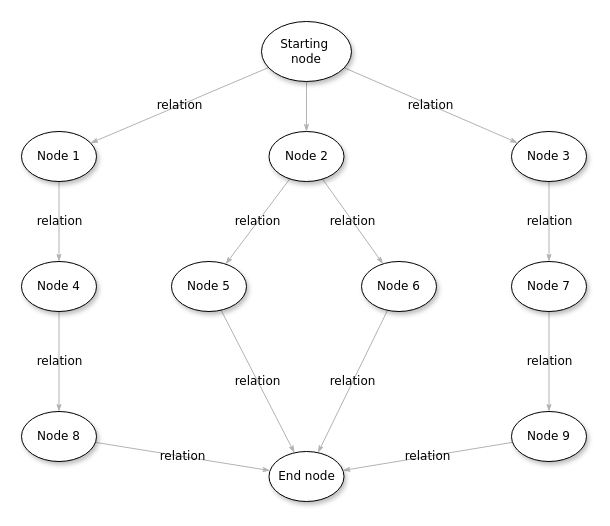
The draw.io diagram page "LandscapeAssurances" (1 of 2) of CdC-context.drawio in Helena-Zuk/github-slideshow, before the edit. Source tidied: cells renumbered, new cells numbered last; positions are measured from the earlier drawing's top-left corner, leaving out a move shared by most shapes. Both pictures are drawn from the tidied source at 100%, with x=0, y=0 at pixel (21, 21).
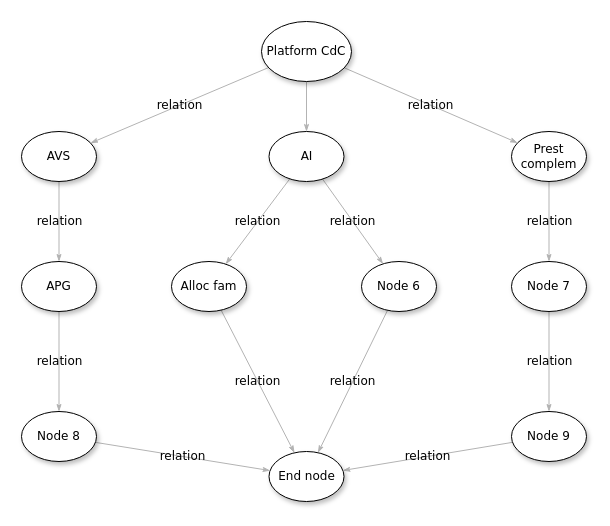
The same page after the edit.

Change to the diagram source:
```diff
@@
-    <mxCell id="5" value="Starting&amp;nbsp;&lt;div&gt;node&lt;/div&gt;" style="ellipse;whiteSpace=wrap;html=1;rounded=0;shadow=1;comic=0;labelBackgroundColor=none;strokeWidth=1;fontFamily=Verdana;fontSize=12;align=center;" parent="1" vertex="1">
+    <mxCell id="5" value="Platform CdC" style="ellipse;whiteSpace=wrap;html=1;rounded=0;shadow=1;comic=0;labelBackgroundColor=none;strokeWidth=1;fontFamily=Verdana;fontSize=12;align=center;" parent="1" vertex="1">
       <mxGeometry x="240" width="90" height="60" as="geometry" />
     </mxCell>
@@
-    <mxCell id="8" value="&lt;span&gt;Node 2&lt;/span&gt;" style="ellipse;whiteSpace=wrap;html=1;rounded=0;shadow=1;comic=0;labelBackgroundColor=none;strokeWidth=1;fontFamily=Verdana;fontSize=12;align=center;" parent="1" vertex="1">
+    <mxCell id="8" value="&lt;span&gt;AI&lt;/span&gt;" style="ellipse;whiteSpace=wrap;html=1;rounded=0;shadow=1;comic=0;labelBackgroundColor=none;strokeWidth=1;fontFamily=Verdana;fontSize=12;align=center;" parent="1" vertex="1">
       <mxGeometry x="247.5" y="110" width="75" height="50" as="geometry" />
     </mxCell>
@@
-    <mxCell id="10" value="&lt;span&gt;Node 3&lt;/span&gt;" style="ellipse;whiteSpace=wrap;html=1;rounded=0;shadow=1;comic=0;labelBackgroundColor=none;strokeWidth=1;fontFamily=Verdana;fontSize=12;align=center;" parent="1" vertex="1">
+    <mxCell id="10" value="&lt;span&gt;Prest complem&lt;/span&gt;" style="ellipse;whiteSpace=wrap;html=1;rounded=0;shadow=1;comic=0;labelBackgroundColor=none;strokeWidth=1;fontFamily=Verdana;fontSize=12;align=center;" parent="1" vertex="1">
       <mxGeometry x="490" y="110" width="75" height="50" as="geometry" />
     </mxCell>
@@
-    <mxCell id="18" value="&lt;span&gt;Node 5&lt;/span&gt;" style="ellipse;whiteSpace=wrap;html=1;rounded=0;shadow=1;comic=0;labelBackgroundColor=none;strokeWidth=1;fontFamily=Verdana;fontSize=12;align=center;" parent="1" vertex="1">
+    <mxCell id="18" value="&lt;span&gt;Alloc fam&lt;/span&gt;" style="ellipse;whiteSpace=wrap;html=1;rounded=0;shadow=1;comic=0;labelBackgroundColor=none;strokeWidth=1;fontFamily=Verdana;fontSize=12;align=center;" parent="1" vertex="1">
       <mxGeometry x="150" y="240" width="75" height="50" as="geometry" />
     </mxCell>
@@
-    <mxCell id="21" value="Node 1" style="ellipse;whiteSpace=wrap;html=1;rounded=0;shadow=1;comic=0;labelBackgroundColor=none;strokeWidth=1;fontFamily=Verdana;fontSize=12;align=center;" parent="1" vertex="1">
+    <mxCell id="21" value="AVS" style="ellipse;whiteSpace=wrap;html=1;rounded=0;shadow=1;comic=0;labelBackgroundColor=none;strokeWidth=1;fontFamily=Verdana;fontSize=12;align=center;" parent="1" vertex="1">
       <mxGeometry y="110" width="75" height="50" as="geometry" />
     </mxCell>
@@
-    <mxCell id="23" value="&lt;span&gt;Node 4&lt;/span&gt;" style="ellipse;whiteSpace=wrap;html=1;rounded=0;shadow=1;comic=0;labelBackgroundColor=none;strokeWidth=1;fontFamily=Verdana;fontSize=12;align=center;" parent="1" vertex="1">
+    <mxCell id="23" value="&lt;span&gt;APG&lt;/span&gt;" style="ellipse;whiteSpace=wrap;html=1;rounded=0;shadow=1;comic=0;labelBackgroundColor=none;strokeWidth=1;fontFamily=Verdana;fontSize=12;align=center;" parent="1" vertex="1">
       <mxGeometry y="240" width="75" height="50" as="geometry" />
     </mxCell>
```
